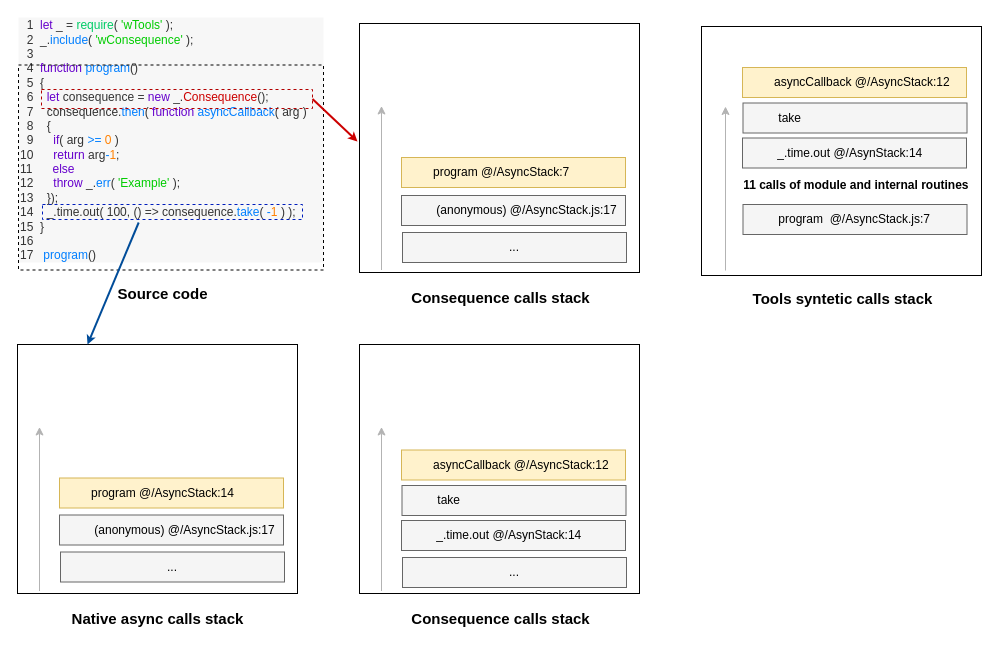
This is page "Async stack" (2 of 5) of doc/img/errorsHandling/Errors Handling.drawio from rahulshc/wTools, a draw.io file, before an edit. Source tidied: cells renumbered, new cells numbered last; positions are measured from the earlier drawing's top-left corner, leaving out a move shared by most shapes. Both pictures are drawn from the tidied source at 100%, with x=0, y=0 at pixel (17, 17).
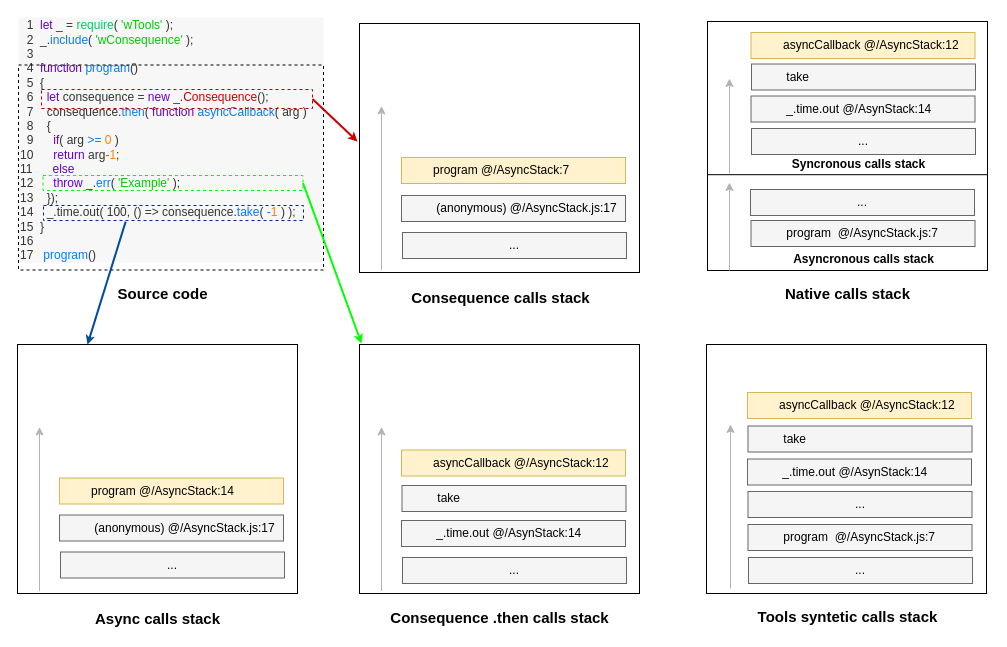
The same page after the edit.

The change refers to these unchanged cells:
```xml
<mxCell id="16" style="rounded=0;whiteSpace=wrap;html=1;strokeColor=#000000;fillColor=#ffffff;" parent="1" vertex="1">
  <mxGeometry y="327" width="280" height="249" as="geometry" />
</mxCell>
```

The edit, as a diff of the source:
```diff
@@
     <mxCell id="5" style="rounded=0;whiteSpace=wrap;html=1;strokeColor=#000000;fillColor=#ffffff;" parent="1" vertex="1">
-      <mxGeometry x="684" y="9" width="280" height="249" as="geometry" />
+      <mxGeometry x="689" y="327" width="280" height="249" as="geometry" />
     </mxCell>
     <mxCell id="6" value="Tools syntetic calls stack" style="text;html=1;align=center;verticalAlign=middle;fontStyle=1;fontSize=15;" parent="1" vertex="1">
-      <mxGeometry x="732" y="268" width="185" height="25" as="geometry" />
+      <mxGeometry x="737" y="586" width="185" height="25" as="geometry" />
     </mxCell>
     <mxCell id="7" value="&lt;font&gt;&amp;nbsp; &amp;nbsp; &amp;nbsp; &amp;nbsp; &amp;nbsp;&lt;/font&gt;&lt;span style=&quot;white-space: nowrap&quot;&gt;&lt;font&gt;asyncCallback @/AsyncStack:12&lt;/font&gt;&lt;/span&gt;" style="rounded=0;whiteSpace=wrap;html=1;fillColor=#fff2cc;strokeColor=#d6b656;align=left;fontColor=#000000;" parent="1" vertex="1">
-      <mxGeometry x="725" y="50" width="224" height="30" as="geometry" />
+      <mxGeometry x="730" y="375" width="224" height="26" as="geometry" />
     </mxCell>
     <mxCell id="8" style="endArrow=classic;html=1;strokeColor=#B3B3B3;" parent="1" edge="1">
       <mxGeometry relative="1" as="geometry">
-        <mxPoint x="708" y="253" as="sourcePoint" />
-        <mxPoint x="708" y="89" as="targetPoint" />
+        <mxPoint x="713" y="571" as="sourcePoint" />
+        <mxPoint x="713" y="407" as="targetPoint" />
       </mxGeometry>
     </mxCell>
     <mxCell id="9" value="&lt;font&gt;&amp;nbsp; &amp;nbsp; &amp;nbsp; &amp;nbsp; &amp;nbsp;&lt;/font&gt;&lt;font&gt;&amp;nbsp;&lt;span style=&quot;white-space: nowrap&quot;&gt;_.time.out @/AsynStack:14&lt;/span&gt;&lt;/font&gt;" style="rounded=0;whiteSpace=wrap;html=1;fillColor=#f5f5f5;strokeColor=#666666;align=left;fontColor=#000000;" parent="1" vertex="1">
-      <mxGeometry x="725" y="120.5" width="224" height="30" as="geometry" />
+      <mxGeometry x="730" y="441.5" width="224" height="26" as="geometry" />
     </mxCell>
     <mxCell id="10" value="&lt;font&gt;&amp;nbsp; &amp;nbsp; &amp;nbsp; &amp;nbsp; &amp;nbsp; &lt;span style=&quot;white-space: nowrap&quot;&gt;take&lt;/span&gt;&lt;/font&gt;" style="rounded=0;whiteSpace=wrap;html=1;fillColor=#f5f5f5;strokeColor=#666666;align=left;fontColor=#000000;" parent="1" vertex="1">
-      <mxGeometry x="725.5" y="85.5" width="224" height="30" as="geometry" />
+      <mxGeometry x="730.5" y="408.5" width="224" height="26" as="geometry" />
     </mxCell>
     <mxCell id="11" value="&lt;font&gt;&amp;nbsp; &amp;nbsp; &amp;nbsp; &amp;nbsp; &amp;nbsp; program&amp;nbsp; @/AsyncStack.js:7&lt;/font&gt;" style="rounded=0;whiteSpace=wrap;html=1;fillColor=#f5f5f5;strokeColor=#666666;align=left;fontColor=#000000;" parent="1" vertex="1">
-      <mxGeometry x="725.5" y="187" width="224" height="30" as="geometry" />
+      <mxGeometry x="730.5" y="507" width="224" height="26" as="geometry" />
     </mxCell>
     <mxCell id="12" value="&lt;font&gt;&amp;nbsp; &amp;nbsp; &amp;nbsp; &amp;nbsp; &amp;nbsp; (anonymous)&amp;nbsp;@/AsyncStack.js:17&lt;/font&gt;" style="rounded=0;whiteSpace=wrap;html=1;fillColor=#f5f5f5;strokeColor=#666666;align=left;fontColor=#000000;" parent="1" vertex="1">
-      <mxGeometry x="384" y="178" width="224" height="30" as="geometry" />
+      <mxGeometry x="384" y="178" width="224" height="26" as="geometry" />
     </mxCell>
-    <mxCell id="13" value="11 calls of module and internal routines&amp;nbsp;" style="text;html=1;align=center;verticalAlign=middle;fontStyle=1;" parent="1" vertex="1">
-      <mxGeometry x="721.5" y="158.5" width="237" height="19" as="geometry" />
-    </mxCell>
@@
-    <mxCell id="17" value="Native async calls stack" style="text;html=1;align=center;verticalAlign=middle;fontStyle=1;fontSize=15;" parent="1" vertex="1">
-      <mxGeometry x="50" y="588" width="180" height="25" as="geometry" />
+    <mxCell id="17" value="Async calls stack" style="text;html=1;align=center;verticalAlign=middle;fontStyle=1;fontSize=15;" parent="1" vertex="1">
+      <mxGeometry x="76.5" y="589" width="127" height="23" as="geometry" />
     </mxCell>
@@
     <mxCell id="19" value="&lt;font&gt;&amp;nbsp; &amp;nbsp; &amp;nbsp; &amp;nbsp; &amp;nbsp;&lt;/font&gt;&lt;span style=&quot;white-space: nowrap&quot;&gt;&lt;font&gt;program @/AsyncStack:7&lt;/font&gt;&lt;/span&gt;" style="rounded=0;whiteSpace=wrap;html=1;fillColor=#fff2cc;strokeColor=#d6b656;align=left;fontColor=#000000;" parent="1" vertex="1">
-      <mxGeometry x="384" y="140" width="224" height="30" as="geometry" />
+      <mxGeometry x="384" y="140" width="224" height="26" as="geometry" />
     </mxCell>
@@
-    <mxCell id="21" style="rounded=0;whiteSpace=wrap;html=1;dashed=1;fillColor=none;fontColor=#ffffff;strokeColor=#B20000;" parent="1" vertex="1">
+    <mxCell id="21" style="rounded=0;whiteSpace=wrap;html=1;dashed=1;fillColor=none;fontColor=#ffffff;strokeColor=#B20000;strokeWidth=1;" parent="1" vertex="1">
       <mxGeometry x="24" y="72" width="271" height="19" as="geometry" />
     </mxCell>
-    <mxCell id="22" style="rounded=0;whiteSpace=wrap;html=1;dashed=1;fillColor=none;fontColor=#ffffff;strokeColor=#001DBC;" parent="1" vertex="1">
-      <mxGeometry x="25" y="187" width="260" height="15" as="geometry" />
+    <mxCell id="22" style="rounded=0;whiteSpace=wrap;html=1;dashed=1;fillColor=none;fontColor=#ffffff;strokeColor=#00FF00;" parent="1" vertex="1">
+      <mxGeometry x="25.5" y="158" width="260" height="15" as="geometry" />
     </mxCell>
@@
-    <mxCell id="24" style="endArrow=classic;html=1;strokeColor=#004C99;strokeWidth=2;endSize=3.209708737864078;endWidth=7.271184843057781;entryX=0.25;entryY=0;entryDx=0;entryDy=0;exitX=0.37;exitY=1.2;exitPerimeter=0;" parent="1" edge="1" source="22" target="16">
+    <mxCell id="24" style="endArrow=classic;html=1;strokeColor=#004C99;strokeWidth=2;endSize=3.209708737864078;endWidth=7.271184843057781;entryX=0.25;entryY=0;entryDx=0;entryDy=0;exitX=0.316;exitY=1.076;exitPerimeter=0;" parent="1" edge="1" source="44" target="16">
       <mxGeometry relative="1" as="geometry" />
     </mxCell>
@@
-    <mxCell id="26" value="Consequence calls stack" style="text;html=1;align=center;verticalAlign=middle;fontStyle=1;fontSize=15;" parent="1" vertex="1">
-      <mxGeometry x="391" y="589" width="184" height="23" as="geometry" />
+    <mxCell id="26" value="Consequence .then calls stack" style="text;html=1;align=center;verticalAlign=middle;fontStyle=1;fontSize=15;" parent="1" vertex="1">
+      <mxGeometry x="376" y="588" width="212" height="23" as="geometry" />
     </mxCell>
@@
     <mxCell id="28" value="&lt;font&gt;&amp;nbsp; &amp;nbsp; &amp;nbsp; &amp;nbsp; &amp;nbsp;&lt;/font&gt;&lt;span style=&quot;white-space: nowrap&quot;&gt;&lt;font&gt;asyncCallback @/AsyncStack:12&lt;/font&gt;&lt;/span&gt;" style="rounded=0;whiteSpace=wrap;html=1;fillColor=#fff2cc;strokeColor=#d6b656;align=left;fontColor=#000000;" parent="1" vertex="1">
-      <mxGeometry x="384" y="432.5" width="224" height="30" as="geometry" />
+      <mxGeometry x="384" y="432.5" width="224" height="26" as="geometry" />
     </mxCell>
     <mxCell id="29" value="&lt;font&gt;&amp;nbsp; &amp;nbsp; &amp;nbsp; &amp;nbsp; &amp;nbsp;&lt;/font&gt;&lt;font&gt;&amp;nbsp;&lt;span style=&quot;white-space: nowrap&quot;&gt;_.time.out @/AsynStack:14&lt;/span&gt;&lt;/font&gt;" style="rounded=0;whiteSpace=wrap;html=1;fillColor=#f5f5f5;strokeColor=#666666;align=left;fontColor=#000000;" parent="1" vertex="1">
-      <mxGeometry x="384" y="503" width="224" height="30" as="geometry" />
+      <mxGeometry x="384" y="503" width="224" height="26" as="geometry" />
     </mxCell>
     <mxCell id="30" value="&lt;font&gt;&amp;nbsp; &amp;nbsp; &amp;nbsp; &amp;nbsp; &amp;nbsp; &lt;span style=&quot;white-space: nowrap&quot;&gt;take&lt;/span&gt;&lt;/font&gt;" style="rounded=0;whiteSpace=wrap;html=1;fillColor=#f5f5f5;strokeColor=#666666;align=left;fontColor=#000000;" parent="1" vertex="1">
-      <mxGeometry x="384.5" y="468" width="224" height="30" as="geometry" />
+      <mxGeometry x="384.5" y="468" width="224" height="26" as="geometry" />
     </mxCell>
     <mxCell id="31" value="&lt;div style=&quot;text-align: center&quot;&gt;&lt;span&gt;...&lt;/span&gt;&lt;/div&gt;" style="rounded=0;whiteSpace=wrap;html=1;fillColor=#f5f5f5;strokeColor=#666666;align=center;fontColor=#000000;" parent="1" vertex="1">
-      <mxGeometry x="385" y="215" width="224" height="30" as="geometry" />
+      <mxGeometry x="385" y="215" width="224" height="26" as="geometry" />
     </mxCell>
     <mxCell id="32" value="&lt;font&gt;&amp;nbsp; &amp;nbsp; &amp;nbsp; &amp;nbsp; &amp;nbsp; (anonymous)&amp;nbsp;@/AsyncStack.js:17&lt;/font&gt;" style="rounded=0;whiteSpace=wrap;html=1;fillColor=#f5f5f5;strokeColor=#666666;align=left;fontColor=#000000;" parent="1" vertex="1">
-      <mxGeometry x="42" y="497.5" width="224" height="30" as="geometry" />
+      <mxGeometry x="42" y="497.5" width="224" height="26" as="geometry" />
     </mxCell>
     <mxCell id="33" value="&lt;font&gt;&amp;nbsp; &amp;nbsp; &amp;nbsp; &amp;nbsp; &amp;nbsp;&lt;/font&gt;&lt;span style=&quot;white-space: nowrap&quot;&gt;&lt;font&gt;program @/AsyncStack:14&lt;/font&gt;&lt;/span&gt;" style="rounded=0;whiteSpace=wrap;html=1;fillColor=#fff2cc;strokeColor=#d6b656;align=left;fontColor=#000000;" parent="1" vertex="1">
-      <mxGeometry x="42" y="460.5" width="224" height="30" as="geometry" />
+      <mxGeometry x="42" y="460.5" width="224" height="26" as="geometry" />
     </mxCell>
     <mxCell id="34" value="&lt;div style=&quot;text-align: center&quot;&gt;&lt;span&gt;...&lt;/span&gt;&lt;/div&gt;" style="rounded=0;whiteSpace=wrap;html=1;fillColor=#f5f5f5;strokeColor=#666666;align=center;fontColor=#000000;" parent="1" vertex="1">
-      <mxGeometry x="43" y="534.5" width="224" height="30" as="geometry" />
+      <mxGeometry x="43" y="534.5" width="224" height="26" as="geometry" />
     </mxCell>
     <mxCell id="35" value="&lt;div style=&quot;text-align: center&quot;&gt;&lt;span&gt;...&lt;/span&gt;&lt;/div&gt;" style="rounded=0;whiteSpace=wrap;html=1;fillColor=#f5f5f5;strokeColor=#666666;align=center;fontColor=#000000;" parent="1" vertex="1">
-      <mxGeometry x="385" y="540" width="224" height="30" as="geometry" />
+      <mxGeometry x="385" y="540" width="224" height="26" as="geometry" />
     </mxCell>
+    <mxCell id="36" style="rounded=0;whiteSpace=wrap;html=1;strokeColor=#000000;fillColor=#ffffff;" parent="1" vertex="1">
+      <mxGeometry x="690" y="4" width="280" height="249" as="geometry" />
+    </mxCell>
+    <mxCell id="37" value="Native calls stack" style="text;html=1;align=center;verticalAlign=middle;fontStyle=1;fontSize=15;" parent="1" vertex="1">
+      <mxGeometry x="766.5" y="264" width="127" height="23" as="geometry" />
+    </mxCell>
+    <mxCell id="38" value="&lt;font&gt;&amp;nbsp; &amp;nbsp; &amp;nbsp; &amp;nbsp; &amp;nbsp;&lt;/font&gt;&lt;span style=&quot;white-space: nowrap&quot;&gt;&lt;font&gt;asyncCallback @/AsyncStack:12&lt;/font&gt;&lt;/span&gt;" style="rounded=0;whiteSpace=wrap;html=1;fillColor=#fff2cc;strokeColor=#d6b656;align=left;fontColor=#000000;" parent="1" vertex="1">
+      <mxGeometry x="733.5" y="15" width="224" height="26" as="geometry" />
+    </mxCell>
+    <mxCell id="39" style="endArrow=classic;html=1;strokeColor=#B3B3B3;" parent="1" edge="1">
+      <mxGeometry relative="1" as="geometry">
+        <mxPoint x="712" y="253" as="sourcePoint" />
+        <mxPoint x="712" y="165" as="targetPoint" />
+      </mxGeometry>
+    </mxCell>
+    <mxCell id="40" value="&lt;font&gt;&amp;nbsp; &amp;nbsp; &amp;nbsp; &amp;nbsp; &amp;nbsp;&lt;/font&gt;&lt;font&gt;&amp;nbsp;&lt;span style=&quot;white-space: nowrap&quot;&gt;_.time.out @/AsynStack:14&lt;/span&gt;&lt;/font&gt;" style="rounded=0;whiteSpace=wrap;html=1;fillColor=#f5f5f5;strokeColor=#666666;align=left;fontColor=#000000;" parent="1" vertex="1">
+      <mxGeometry x="733.5" y="78.5" width="224" height="26" as="geometry" />
+    </mxCell>
+    <mxCell id="41" value="&lt;font&gt;&amp;nbsp; &amp;nbsp; &amp;nbsp; &amp;nbsp; &amp;nbsp; &lt;span style=&quot;white-space: nowrap&quot;&gt;take&lt;/span&gt;&lt;/font&gt;" style="rounded=0;whiteSpace=wrap;html=1;fillColor=#f5f5f5;strokeColor=#666666;align=left;fontColor=#000000;" parent="1" vertex="1">
+      <mxGeometry x="734" y="46.5" width="224" height="26" as="geometry" />
+    </mxCell>
+    <mxCell id="42" value="&lt;font&gt;&amp;nbsp; &amp;nbsp; &amp;nbsp; &amp;nbsp; &amp;nbsp; program&amp;nbsp; @/AsyncStack.js:7&lt;/font&gt;" style="rounded=0;whiteSpace=wrap;html=1;fillColor=#f5f5f5;strokeColor=#666666;align=left;fontColor=#000000;" parent="1" vertex="1">
+      <mxGeometry x="733.5" y="203" width="224" height="26" as="geometry" />
+    </mxCell>
+    <mxCell id="43" value="Syncronous calls stack" style="text;html=1;align=center;verticalAlign=middle;fontStyle=1;" parent="1" vertex="1">
+      <mxGeometry x="773.5" y="137.5" width="135" height="19" as="geometry" />
+    </mxCell>
+    <mxCell id="44" style="rounded=0;whiteSpace=wrap;html=1;dashed=1;fillColor=none;fontColor=#ffffff;strokeColor=#001DBC;" parent="1" vertex="1">
+      <mxGeometry x="26" y="188" width="260" height="15" as="geometry" />
+    </mxCell>
+    <mxCell id="45" style="endArrow=classic;html=1;strokeColor=#00FF00;strokeWidth=2;endSize=3.209708737864078;endWidth=7.271184843057781;exitX=1;exitY=0.5;exitDx=0;exitDy=0;" parent="1" edge="1" source="22">
+      <mxGeometry relative="1" as="geometry">
+        <mxPoint x="344" y="326" as="targetPoint" />
+      </mxGeometry>
+    </mxCell>
+    <mxCell id="46" value="&lt;div style=&quot;text-align: center&quot;&gt;&lt;span&gt;...&lt;/span&gt;&lt;/div&gt;" style="rounded=0;whiteSpace=wrap;html=1;fillColor=#f5f5f5;strokeColor=#666666;align=center;fontColor=#000000;" parent="1" vertex="1">
+      <mxGeometry x="731" y="540" width="224" height="26" as="geometry" />
+    </mxCell>
+    <mxCell id="47" value="Asyncronous calls stack" style="text;html=1;align=center;verticalAlign=middle;fontStyle=1;" parent="1" vertex="1">
+      <mxGeometry x="775.5" y="232" width="141" height="19" as="geometry" />
+    </mxCell>
+    <mxCell id="48" value="&lt;div style=&quot;text-align: center&quot;&gt;&lt;span&gt;...&lt;/span&gt;&lt;/div&gt;" style="rounded=0;whiteSpace=wrap;html=1;fillColor=#f5f5f5;strokeColor=#666666;align=center;fontColor=#000000;" parent="1" vertex="1">
+      <mxGeometry x="733" y="172" width="224" height="26" as="geometry" />
+    </mxCell>
+    <mxCell id="49" style="endArrow=none;html=1;strokeColor=#000000;exitX=0;exitY=0.5;entryX=1;entryY=0.5;" parent="1" edge="1">
+      <mxGeometry relative="1" as="geometry">
+        <mxPoint x="690.3" y="157.2" as="sourcePoint" />
+        <mxPoint x="970.3" y="157.2" as="targetPoint" />
+      </mxGeometry>
+    </mxCell>
+    <mxCell id="50" style="endArrow=classic;html=1;strokeColor=#B3B3B3;" parent="1" edge="1">
+      <mxGeometry relative="1" as="geometry">
+        <mxPoint x="712" y="156" as="sourcePoint" />
+        <mxPoint x="712" y="61" as="targetPoint" />
+      </mxGeometry>
+    </mxCell>
+    <mxCell id="51" value="&lt;div style=&quot;text-align: center&quot;&gt;&lt;span&gt;...&lt;/span&gt;&lt;/div&gt;" style="rounded=0;whiteSpace=wrap;html=1;fillColor=#f5f5f5;strokeColor=#666666;align=center;fontColor=#000000;" parent="1" vertex="1">
+      <mxGeometry x="730.5" y="474" width="224" height="26" as="geometry" />
+    </mxCell>
+    <mxCell id="52" value="&lt;div style=&quot;text-align: center&quot;&gt;&lt;span&gt;...&lt;/span&gt;&lt;/div&gt;" style="rounded=0;whiteSpace=wrap;html=1;fillColor=#f5f5f5;strokeColor=#666666;align=center;fontColor=#000000;" parent="1" vertex="1">
+      <mxGeometry x="734" y="111" width="224" height="26" as="geometry" />
+    </mxCell>
```
